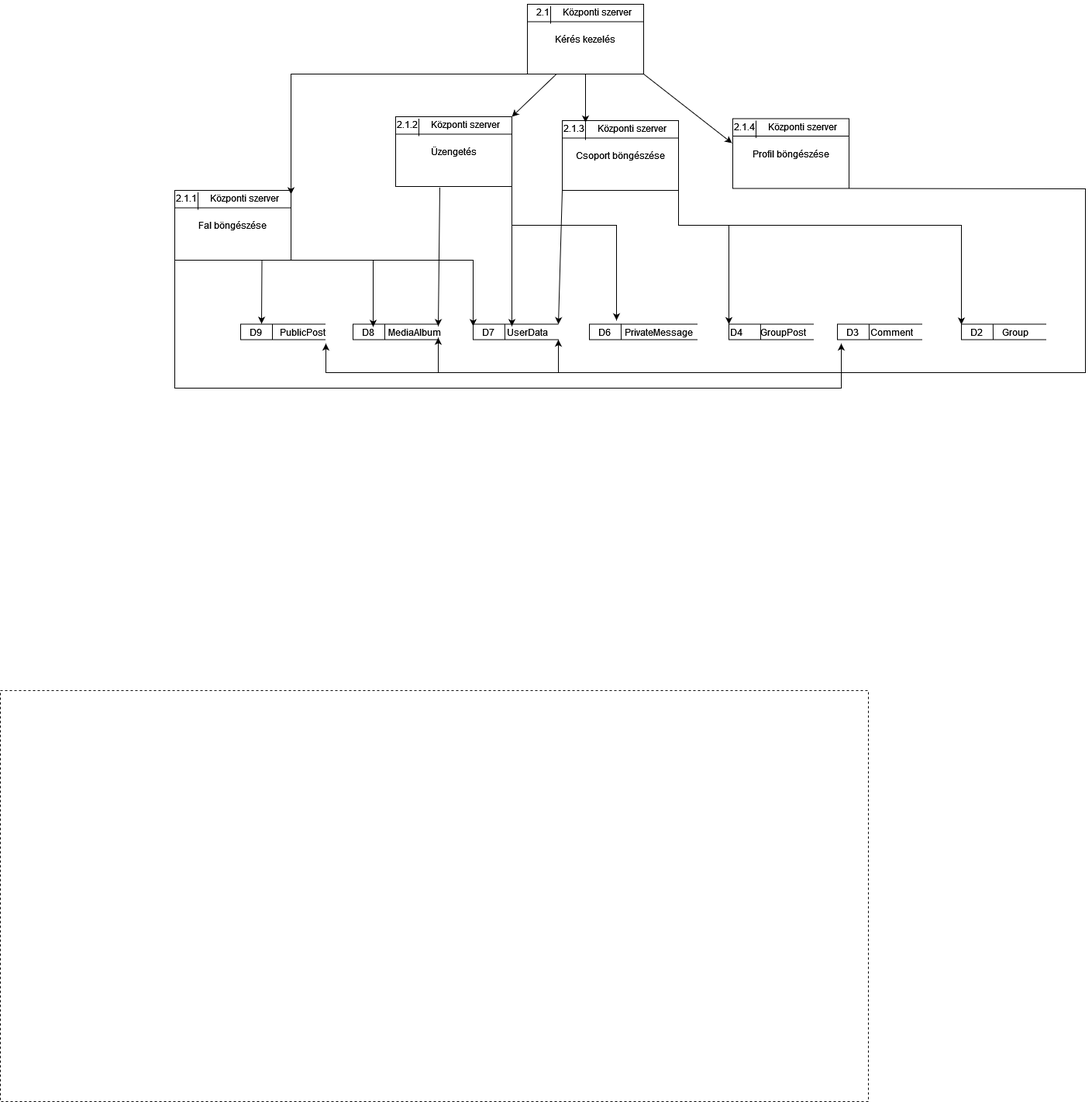
Above: documentation/diagrams/adatfolyam 3.drawio.png in AasinR/post-request (draw.io), before the change. Source tidied: cells renumbered, new cells last; positions are measured from the earlier drawing's top-left corner, leaving out a move shared by most shapes. Source of this version:
```xml
<mxGraphModel>
  <root>
    <mxCell id="0" />
    <mxCell id="1" parent="0" />
    <mxCell id="2" value="Kérés kezelés" style="rounded=0;whiteSpace=wrap;html=1;fillColor=default;" parent="1" vertex="1">
      <mxGeometry x="680" y="5" width="150" height="90" as="geometry" />
    </mxCell>
    <mxCell id="3" value="2.1" style="text;html=1;strokeColor=none;fillColor=none;align=center;verticalAlign=middle;whiteSpace=wrap;rounded=0;" parent="1" vertex="1">
      <mxGeometry x="670" width="60" height="30" as="geometry" />
    </mxCell>
    <mxCell id="4" value="Központi szerver" style="text;html=1;strokeColor=none;fillColor=none;align=center;verticalAlign=middle;whiteSpace=wrap;rounded=0;" parent="1" vertex="1">
      <mxGeometry x="710" width="120" height="30" as="geometry" />
    </mxCell>
    <mxCell id="5" style="endArrow=none;html=1;rounded=0;entryX=1;entryY=0.25;entryDx=0;entryDy=0;exitX=0;exitY=0.25;exitDx=0;exitDy=0;" parent="1" edge="1" source="2" target="2">
      <mxGeometry relative="1" as="geometry" />
    </mxCell>
    <mxCell id="6" style="endArrow=none;html=1;rounded=0;entryX=0;entryY=0.25;entryDx=0;entryDy=0;exitX=0;exitY=1;exitDx=0;exitDy=0;" parent="1" edge="1" source="4" target="4">
      <mxGeometry relative="1" as="geometry" />
    </mxCell>
    <mxCell id="7" style="strokeWidth=1;html=1;shape=mxgraph.flowchart.annotation_1;align=left;fillColor=#FFFFFF;" parent="1" vertex="1">
      <mxGeometry x="760" y="417.5" width="140" height="20" as="geometry" />
    </mxCell>
    <mxCell id="8" style="endArrow=none;html=1;rounded=0;entryX=0.292;entryY=-0.017;entryDx=0;entryDy=0;entryPerimeter=0;" parent="1" edge="1" target="7">
      <mxGeometry relative="1" as="geometry">
        <mxPoint x="801" y="437.5" as="sourcePoint" />
      </mxGeometry>
    </mxCell>
    <mxCell id="9" value="D6" style="text;html=1;strokeColor=none;fillColor=none;align=center;verticalAlign=middle;whiteSpace=wrap;rounded=0;" parent="1" vertex="1">
      <mxGeometry x="750" y="412.5" width="60" height="30" as="geometry" />
    </mxCell>
    <mxCell id="10" value="PrivateMessage" style="text;html=1;strokeColor=none;fillColor=none;align=center;verticalAlign=middle;whiteSpace=wrap;rounded=0;" parent="1" vertex="1">
      <mxGeometry x="820" y="412.5" width="60" height="30" as="geometry" />
    </mxCell>
    <mxCell id="11" style="strokeWidth=1;html=1;shape=mxgraph.flowchart.annotation_1;align=left;fillColor=#FFFFFF;" parent="1" vertex="1">
      <mxGeometry x="610" y="417.5" width="110" height="20" as="geometry" />
    </mxCell>
    <mxCell id="12" style="endArrow=none;html=1;rounded=0;entryX=0.014;entryY=0.163;entryDx=0;entryDy=0;entryPerimeter=0;" parent="1" edge="1" target="14">
      <mxGeometry relative="1" as="geometry">
        <mxPoint x="651" y="437.5" as="sourcePoint" />
      </mxGeometry>
    </mxCell>
    <mxCell id="13" value="D7" style="text;html=1;strokeColor=none;fillColor=none;align=center;verticalAlign=middle;whiteSpace=wrap;rounded=0;" parent="1" vertex="1">
      <mxGeometry x="600" y="412.5" width="60" height="30" as="geometry" />
    </mxCell>
    <mxCell id="14" value="UserData" style="text;html=1;strokeColor=none;fillColor=none;align=center;verticalAlign=middle;whiteSpace=wrap;rounded=0;" parent="1" vertex="1">
      <mxGeometry x="650" y="412.5" width="60" height="30" as="geometry" />
    </mxCell>
    <mxCell id="15" style="strokeWidth=1;html=1;shape=mxgraph.flowchart.annotation_1;align=left;fillColor=#FFFFFF;" parent="1" vertex="1">
      <mxGeometry x="455" y="417.5" width="110" height="20" as="geometry" />
    </mxCell>
    <mxCell id="16" style="endArrow=none;html=1;rounded=0;" parent="1" edge="1">
      <mxGeometry relative="1" as="geometry">
        <mxPoint x="496" y="437.5" as="sourcePoint" />
        <mxPoint x="496" y="417.5" as="targetPoint" />
      </mxGeometry>
    </mxCell>
    <mxCell id="17" value="D8" style="text;html=1;strokeColor=none;fillColor=none;align=center;verticalAlign=middle;whiteSpace=wrap;rounded=0;" parent="1" vertex="1">
      <mxGeometry x="445" y="412.5" width="60" height="30" as="geometry" />
    </mxCell>
    <mxCell id="18" value="MediaAlbum" style="text;html=1;strokeColor=none;fillColor=none;align=center;verticalAlign=middle;whiteSpace=wrap;rounded=0;" parent="1" vertex="1">
      <mxGeometry x="505" y="412.5" width="60" height="30" as="geometry" />
    </mxCell>
    <mxCell id="19" style="strokeWidth=1;html=1;shape=mxgraph.flowchart.annotation_1;align=left;fillColor=#FFFFFF;" parent="1" vertex="1">
      <mxGeometry x="310" y="417.5" width="110" height="20" as="geometry" />
    </mxCell>
    <mxCell id="20" style="endArrow=none;html=1;rounded=0;" parent="1" edge="1">
      <mxGeometry relative="1" as="geometry">
        <mxPoint x="351" y="437.5" as="sourcePoint" />
        <mxPoint x="351" y="417.5" as="targetPoint" />
      </mxGeometry>
    </mxCell>
    <mxCell id="21" value="D9" style="text;html=1;strokeColor=none;fillColor=none;align=center;verticalAlign=middle;whiteSpace=wrap;rounded=0;" parent="1" vertex="1">
      <mxGeometry x="300" y="412.5" width="60" height="30" as="geometry" />
    </mxCell>
    <mxCell id="22" value="PublicPost" style="text;html=1;strokeColor=none;fillColor=none;align=center;verticalAlign=middle;whiteSpace=wrap;rounded=0;" parent="1" vertex="1">
      <mxGeometry x="360" y="412.5" width="60" height="30" as="geometry" />
    </mxCell>
    <mxCell id="23" style="strokeWidth=1;html=1;shape=mxgraph.flowchart.annotation_1;align=left;fillColor=#FFFFFF;" parent="1" vertex="1">
      <mxGeometry x="1240" y="417.5" width="110" height="20" as="geometry" />
    </mxCell>
    <mxCell id="24" style="endArrow=none;html=1;rounded=0;entryX=0.014;entryY=0.163;entryDx=0;entryDy=0;entryPerimeter=0;" parent="1" edge="1" target="26">
      <mxGeometry relative="1" as="geometry">
        <mxPoint x="1281" y="437.5" as="sourcePoint" />
      </mxGeometry>
    </mxCell>
    <mxCell id="25" value="D2" style="text;html=1;strokeColor=none;fillColor=none;align=center;verticalAlign=middle;whiteSpace=wrap;rounded=0;" parent="1" vertex="1">
      <mxGeometry x="1230" y="412.5" width="60" height="30" as="geometry" />
    </mxCell>
    <mxCell id="26" value="Group" style="text;html=1;strokeColor=none;fillColor=none;align=center;verticalAlign=middle;whiteSpace=wrap;rounded=0;" parent="1" vertex="1">
      <mxGeometry x="1280" y="412.5" width="60" height="30" as="geometry" />
    </mxCell>
    <mxCell id="27" style="strokeWidth=1;html=1;shape=mxgraph.flowchart.annotation_1;align=left;fillColor=#FFFFFF;" parent="1" vertex="1">
      <mxGeometry x="1080" y="417.5" width="110" height="20" as="geometry" />
    </mxCell>
    <mxCell id="28" style="endArrow=none;html=1;rounded=0;entryX=0.014;entryY=0.163;entryDx=0;entryDy=0;entryPerimeter=0;" parent="1" edge="1" target="30">
      <mxGeometry relative="1" as="geometry">
        <mxPoint x="1121" y="437.5" as="sourcePoint" />
      </mxGeometry>
    </mxCell>
    <mxCell id="29" value="D3" style="text;html=1;strokeColor=none;fillColor=none;align=center;verticalAlign=middle;whiteSpace=wrap;rounded=0;" parent="1" vertex="1">
      <mxGeometry x="1070" y="412.5" width="60" height="30" as="geometry" />
    </mxCell>
    <mxCell id="30" value="&lt;div&gt;Comment&lt;/div&gt;" style="text;html=1;strokeColor=none;fillColor=none;align=center;verticalAlign=middle;whiteSpace=wrap;rounded=0;" parent="1" vertex="1">
      <mxGeometry x="1120" y="412.5" width="60" height="30" as="geometry" />
    </mxCell>
    <mxCell id="31" value="D4" style="strokeWidth=1;html=1;shape=mxgraph.flowchart.annotation_1;align=left;fillColor=#FFFFFF;" parent="1" vertex="1">
      <mxGeometry x="940" y="417.5" width="110" height="20" as="geometry" />
    </mxCell>
    <mxCell id="32" style="endArrow=none;html=1;rounded=0;entryX=0.014;entryY=0.163;entryDx=0;entryDy=0;entryPerimeter=0;" parent="1" edge="1" target="33">
      <mxGeometry relative="1" as="geometry">
        <mxPoint x="981" y="437.5" as="sourcePoint" />
      </mxGeometry>
    </mxCell>
    <mxCell id="33" value="GroupPost" style="text;html=1;strokeColor=none;fillColor=none;align=center;verticalAlign=middle;whiteSpace=wrap;rounded=0;" parent="1" vertex="1">
      <mxGeometry x="980" y="412.5" width="60" height="30" as="geometry" />
    </mxCell>
    <mxCell id="34" style="rounded=0;whiteSpace=wrap;html=1;fontSize=12;strokeWidth=1;fillColor=none;dashed=1;" parent="1" vertex="1">
      <mxGeometry y="890" width="1120" height="530" as="geometry" />
    </mxCell>
    <mxCell id="35" value="Fal böngészése" style="rounded=0;whiteSpace=wrap;html=1;fillColor=default;" parent="1" vertex="1">
      <mxGeometry x="225" y="245" width="150" height="90" as="geometry" />
    </mxCell>
    <mxCell id="36" value="2.1.1" style="text;html=1;strokeColor=none;fillColor=none;align=center;verticalAlign=middle;whiteSpace=wrap;rounded=0;" parent="1" vertex="1">
      <mxGeometry x="210" y="240" width="60" height="30" as="geometry" />
    </mxCell>
    <mxCell id="37" value="Központi szerver" style="text;html=1;strokeColor=none;fillColor=none;align=center;verticalAlign=middle;whiteSpace=wrap;rounded=0;" parent="1" vertex="1">
      <mxGeometry x="255" y="240" width="120" height="30" as="geometry" />
    </mxCell>
    <mxCell id="38" style="endArrow=none;html=1;rounded=0;entryX=1;entryY=0.25;entryDx=0;entryDy=0;exitX=0;exitY=0.25;exitDx=0;exitDy=0;" parent="1" edge="1" source="35" target="35">
      <mxGeometry relative="1" as="geometry" />
    </mxCell>
    <mxCell id="39" style="endArrow=none;html=1;rounded=0;entryX=0;entryY=0.25;entryDx=0;entryDy=0;exitX=0;exitY=1;exitDx=0;exitDy=0;" parent="1" edge="1" source="37" target="37">
      <mxGeometry relative="1" as="geometry" />
    </mxCell>
    <mxCell id="40" style="endArrow=classic;html=1;rounded=0;exitX=0.25;exitY=1;exitDx=0;exitDy=0;" parent="1" edge="1" source="2">
      <mxGeometry relative="1" as="geometry">
        <mxPoint x="375" y="250" as="targetPoint" />
        <Array as="points">
          <mxPoint x="375" y="95" />
        </Array>
      </mxGeometry>
    </mxCell>
    <mxCell id="41" style="endArrow=classic;html=1;rounded=0;exitX=0.75;exitY=1;exitDx=0;exitDy=0;" parent="1" edge="1" source="35">
      <mxGeometry relative="1" as="geometry">
        <mxPoint x="337" y="417" as="targetPoint" />
      </mxGeometry>
    </mxCell>
    <mxCell id="42" style="endArrow=classic;html=1;rounded=0;exitX=1;exitY=1;exitDx=0;exitDy=0;" parent="1" edge="1" source="35">
      <mxGeometry relative="1" as="geometry">
        <mxPoint x="610" y="420" as="targetPoint" />
        <Array as="points">
          <mxPoint x="610" y="335" />
        </Array>
      </mxGeometry>
    </mxCell>
    <mxCell id="43" value="Üzengetés" style="rounded=0;whiteSpace=wrap;html=1;fillColor=default;" parent="1" vertex="1">
      <mxGeometry x="510" y="150" width="150" height="90" as="geometry" />
    </mxCell>
    <mxCell id="44" value="2.1.2" style="text;html=1;strokeColor=none;fillColor=none;align=center;verticalAlign=middle;whiteSpace=wrap;rounded=0;" parent="1" vertex="1">
      <mxGeometry x="495" y="145" width="60" height="30" as="geometry" />
    </mxCell>
    <mxCell id="45" value="Központi szerver" style="text;html=1;strokeColor=none;fillColor=none;align=center;verticalAlign=middle;whiteSpace=wrap;rounded=0;" parent="1" vertex="1">
      <mxGeometry x="540" y="145" width="120" height="30" as="geometry" />
    </mxCell>
    <mxCell id="46" style="endArrow=none;html=1;rounded=0;entryX=1;entryY=0.25;entryDx=0;entryDy=0;exitX=0;exitY=0.25;exitDx=0;exitDy=0;" parent="1" edge="1" source="43" target="43">
      <mxGeometry relative="1" as="geometry" />
    </mxCell>
    <mxCell id="47" style="endArrow=none;html=1;rounded=0;entryX=0;entryY=0.25;entryDx=0;entryDy=0;exitX=0;exitY=1;exitDx=0;exitDy=0;" parent="1" edge="1" source="45" target="45">
      <mxGeometry relative="1" as="geometry" />
    </mxCell>
    <mxCell id="48" style="endArrow=classic;html=1;rounded=0;exitX=0.25;exitY=1;exitDx=0;exitDy=0;" parent="1" edge="1" source="2">
      <mxGeometry relative="1" as="geometry">
        <mxPoint x="660" y="150" as="targetPoint" />
      </mxGeometry>
    </mxCell>
    <mxCell id="49" style="endArrow=classic;html=1;rounded=0;exitX=1;exitY=1;exitDx=0;exitDy=0;" parent="1" edge="1" source="43">
      <mxGeometry relative="1" as="geometry">
        <mxPoint x="660" y="420" as="targetPoint" />
      </mxGeometry>
    </mxCell>
    <mxCell id="50" style="endArrow=classic;html=1;rounded=0;entryX=0.75;entryY=0;entryDx=0;entryDy=0;exitX=1;exitY=1;exitDx=0;exitDy=0;" parent="1" edge="1" source="43" target="9">
      <mxGeometry relative="1" as="geometry">
        <Array as="points">
          <mxPoint x="660" y="290" />
          <mxPoint x="795" y="290" />
        </Array>
      </mxGeometry>
    </mxCell>
    <mxCell id="51" style="endArrow=classic;html=1;rounded=0;entryX=1;entryY=0.25;entryDx=0;entryDy=0;exitX=0.38;exitY=1.015;exitDx=0;exitDy=0;exitPerimeter=0;" parent="1" edge="1" source="43" target="18">
      <mxGeometry relative="1" as="geometry" />
    </mxCell>
    <mxCell id="52" value="Csoport böngészése" style="rounded=0;whiteSpace=wrap;html=1;fillColor=default;" parent="1" vertex="1">
      <mxGeometry x="725" y="155" width="150" height="90" as="geometry" />
    </mxCell>
    <mxCell id="53" value="2.1.3" style="text;html=1;strokeColor=none;fillColor=none;align=center;verticalAlign=middle;whiteSpace=wrap;rounded=0;" parent="1" vertex="1">
      <mxGeometry x="710" y="150" width="60" height="30" as="geometry" />
    </mxCell>
    <mxCell id="54" value="Központi szerver" style="text;html=1;strokeColor=none;fillColor=none;align=center;verticalAlign=middle;whiteSpace=wrap;rounded=0;" parent="1" vertex="1">
      <mxGeometry x="755" y="150" width="120" height="30" as="geometry" />
    </mxCell>
    <mxCell id="55" style="endArrow=none;html=1;rounded=0;entryX=1;entryY=0.25;entryDx=0;entryDy=0;exitX=0;exitY=0.25;exitDx=0;exitDy=0;" parent="1" edge="1" source="52" target="52">
      <mxGeometry relative="1" as="geometry" />
    </mxCell>
    <mxCell id="56" style="endArrow=none;html=1;rounded=0;entryX=0;entryY=0.25;entryDx=0;entryDy=0;exitX=0;exitY=1;exitDx=0;exitDy=0;" parent="1" edge="1" source="54" target="54">
      <mxGeometry relative="1" as="geometry" />
    </mxCell>
    <mxCell id="57" style="endArrow=classic;html=1;rounded=0;entryX=0;entryY=0.25;entryDx=0;entryDy=0;exitX=0.5;exitY=1;exitDx=0;exitDy=0;" parent="1" edge="1" source="2" target="54">
      <mxGeometry relative="1" as="geometry" />
    </mxCell>
    <mxCell id="58" style="endArrow=classic;html=1;rounded=0;entryX=1;entryY=0;entryDx=0;entryDy=0;entryPerimeter=0;exitX=0;exitY=1;exitDx=0;exitDy=0;" parent="1" edge="1" source="52" target="11">
      <mxGeometry relative="1" as="geometry" />
    </mxCell>
    <mxCell id="59" style="endArrow=classic;html=1;rounded=0;entryX=0;entryY=0;entryDx=0;entryDy=0;entryPerimeter=0;exitX=1;exitY=1;exitDx=0;exitDy=0;" parent="1" edge="1" source="52" target="31">
      <mxGeometry relative="1" as="geometry">
        <Array as="points">
          <mxPoint x="875" y="290" />
          <mxPoint x="940" y="290" />
        </Array>
      </mxGeometry>
    </mxCell>
    <mxCell id="60" style="endArrow=classic;html=1;rounded=0;entryX=0.25;entryY=1;entryDx=0;entryDy=0;exitX=0;exitY=1;exitDx=0;exitDy=0;" parent="1" edge="1" source="35" target="29">
      <mxGeometry relative="1" as="geometry">
        <Array as="points">
          <mxPoint x="225" y="500" />
          <mxPoint x="1085" y="500" />
        </Array>
      </mxGeometry>
    </mxCell>
    <mxCell id="61" value="Profil böngészése" style="rounded=0;whiteSpace=wrap;html=1;fillColor=default;" parent="1" vertex="1">
      <mxGeometry x="945" y="152.5" width="150" height="90" as="geometry" />
    </mxCell>
    <mxCell id="62" value="2.1.4" style="text;html=1;strokeColor=none;fillColor=none;align=center;verticalAlign=middle;whiteSpace=wrap;rounded=0;" parent="1" vertex="1">
      <mxGeometry x="930" y="147.5" width="60" height="30" as="geometry" />
    </mxCell>
    <mxCell id="63" value="Központi szerver" style="text;html=1;strokeColor=none;fillColor=none;align=center;verticalAlign=middle;whiteSpace=wrap;rounded=0;" parent="1" vertex="1">
      <mxGeometry x="975" y="147.5" width="120" height="30" as="geometry" />
    </mxCell>
    <mxCell id="64" style="endArrow=none;html=1;rounded=0;entryX=1;entryY=0.25;entryDx=0;entryDy=0;exitX=0;exitY=0.25;exitDx=0;exitDy=0;" parent="1" edge="1" source="61" target="61">
      <mxGeometry relative="1" as="geometry" />
    </mxCell>
    <mxCell id="65" style="endArrow=none;html=1;rounded=0;entryX=0;entryY=0.25;entryDx=0;entryDy=0;exitX=0;exitY=1;exitDx=0;exitDy=0;" parent="1" edge="1" source="63" target="63">
      <mxGeometry relative="1" as="geometry" />
    </mxCell>
    <mxCell id="66" style="endArrow=classic;html=1;rounded=0;entryX=1;entryY=1;entryDx=0;entryDy=0;entryPerimeter=0;" parent="1" edge="1" target="11">
      <mxGeometry relative="1" as="geometry">
        <mxPoint x="720" y="480" as="sourcePoint" />
      </mxGeometry>
    </mxCell>
    <mxCell id="67" style="endArrow=classic;html=1;rounded=0;entryX=1;entryY=1;entryDx=0;entryDy=0;exitX=1;exitY=1;exitDx=0;exitDy=0;" parent="1" edge="1" source="61" target="22">
      <mxGeometry relative="1" as="geometry">
        <Array as="points">
          <mxPoint x="1400" y="243" />
          <mxPoint x="1400" y="480" />
          <mxPoint x="420" y="480" />
        </Array>
      </mxGeometry>
    </mxCell>
    <mxCell id="68" style="endArrow=classic;html=1;rounded=0;exitX=1;exitY=1;exitDx=0;exitDy=0;entryX=-0.007;entryY=0.35;entryDx=0;entryDy=0;entryPerimeter=0;" parent="1" edge="1" source="2" target="61">
      <mxGeometry relative="1" as="geometry" />
    </mxCell>
    <mxCell id="69" style="endArrow=classic;html=1;rounded=0;entryX=1;entryY=0.75;entryDx=0;entryDy=0;" parent="1" edge="1" target="18">
      <mxGeometry relative="1" as="geometry">
        <mxPoint x="565" y="480" as="sourcePoint" />
      </mxGeometry>
    </mxCell>
    <mxCell id="70" style="endArrow=classic;html=1;rounded=0;" parent="1" edge="1">
      <mxGeometry relative="1" as="geometry">
        <mxPoint x="481" y="335" as="sourcePoint" />
        <mxPoint x="481" y="421" as="targetPoint" />
      </mxGeometry>
    </mxCell>
    <mxCell id="71" style="endArrow=classic;html=1;rounded=0;" parent="1" edge="1">
      <mxGeometry relative="1" as="geometry">
        <mxPoint x="940" y="290" as="sourcePoint" />
        <mxPoint x="1240" y="418" as="targetPoint" />
        <Array as="points">
          <mxPoint x="1240" y="290" />
        </Array>
      </mxGeometry>
    </mxCell>
  </root>
</mxGraphModel>
```
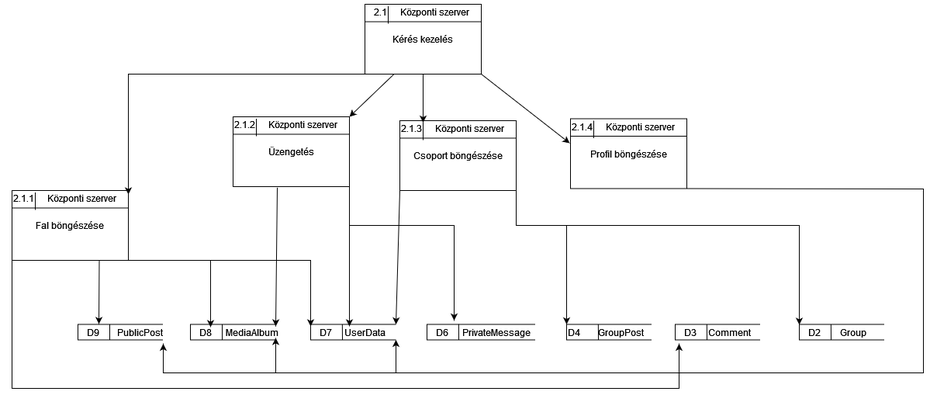
After the change.

What changed in the source:
```diff
@@ -114,9 +114,6 @@
     <mxCell id="33" value="GroupPost" style="text;html=1;strokeColor=none;fillColor=none;align=center;verticalAlign=middle;whiteSpace=wrap;rounded=0;" parent="1" vertex="1">
       <mxGeometry x="980" y="412.5" width="60" height="30" as="geometry" />
     </mxCell>
-    <mxCell id="34" style="rounded=0;whiteSpace=wrap;html=1;fontSize=12;strokeWidth=1;fillColor=none;dashed=1;" parent="1" vertex="1">
-      <mxGeometry y="890" width="1120" height="530" as="geometry" />
-    </mxCell>
     <mxCell id="35" value="Fal böngészése" style="rounded=0;whiteSpace=wrap;html=1;fillColor=default;" parent="1" vertex="1">
       <mxGeometry x="225" y="245" width="150" height="90" as="geometry" />
     </mxCell>
```
